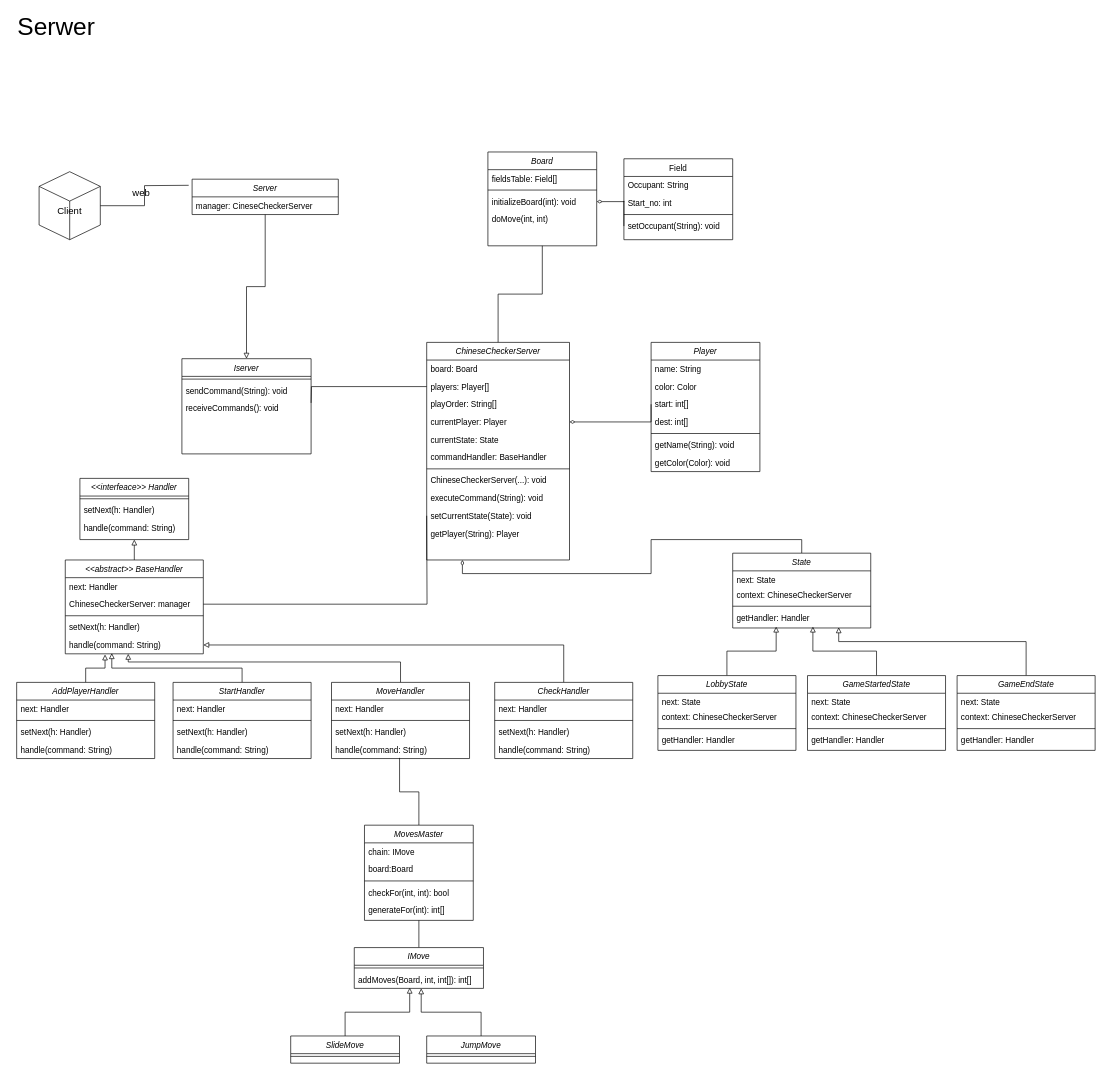
Above: page "Kopia Page-1" (2 of 2) of diagramy/SerwerClassDiagram.drawio in Muciej/Chinese-checkers (draw.io), before the change. Source tidied: cells renumbered, new cells numbered last; positions are measured from the earlier drawing's top-left corner, leaving out a move shared by most shapes. Both pictures are drawn from the tidied source at 68%, with x=0, y=0 at pixel (12, 16).
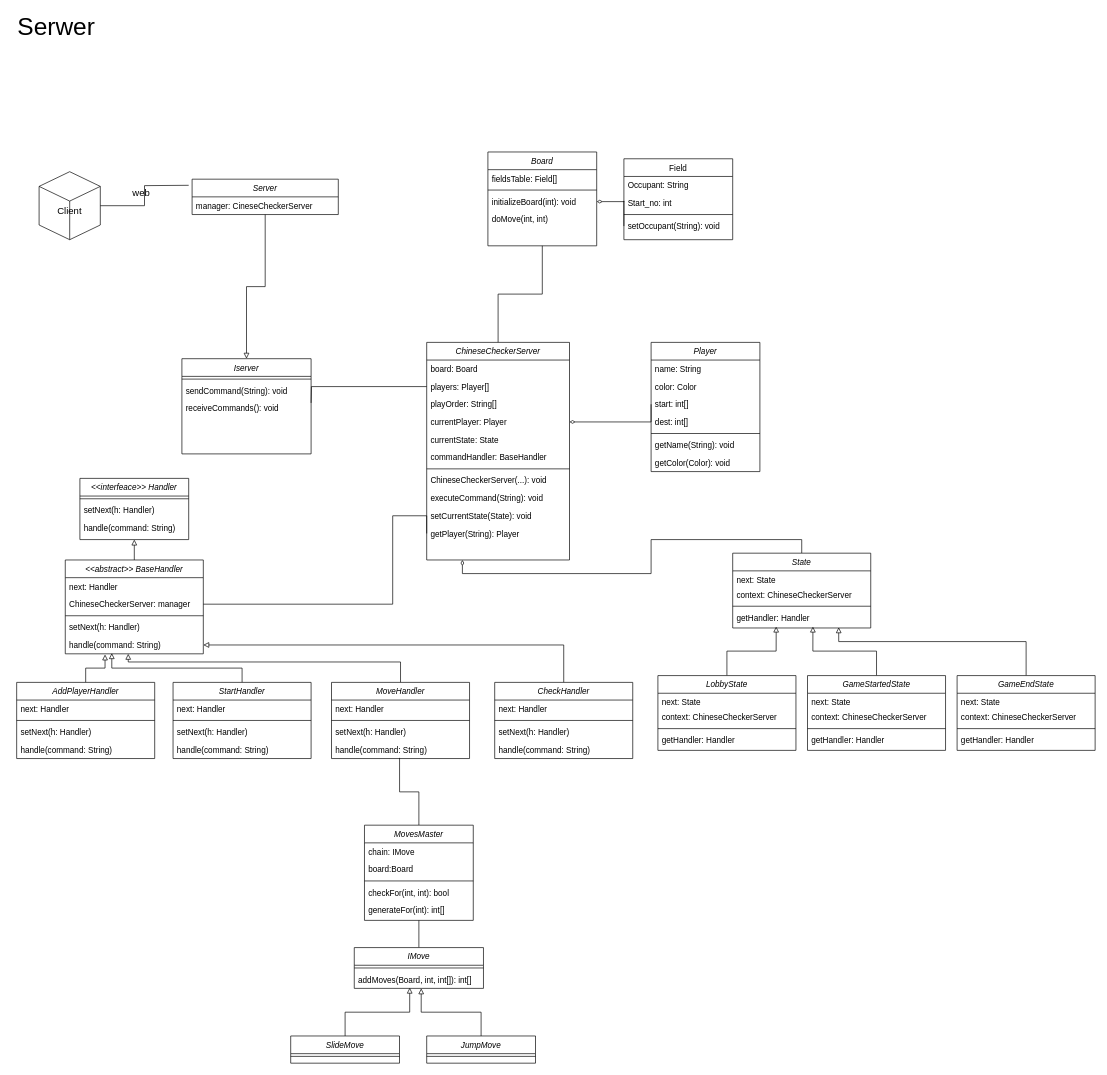
After the change.

Unchanged cells that the change refers to:
```xml
<mxCell id="31" value="getPlayer(String): Player" style="text;align=left;verticalAlign=top;spacingLeft=4;spacingRight=4;overflow=hidden;points=[[0,0.5],[1,0.5]];portConstraint=eastwest;rounded=0;shadow=0;html=0;" parent="20" vertex="1">
  <mxGeometry y="268" width="210" height="26" as="geometry" />
</mxCell>
<mxCell id="76" value="ChineseCheckerServer: manager" style="text;align=left;verticalAlign=top;spacingLeft=4;spacingRight=4;overflow=hidden;points=[[0,0.5],[1,0.5]];portConstraint=eastwest;rounded=0;shadow=0;html=0;" parent="74" vertex="1">
  <mxGeometry y="52" width="203" height="26" as="geometry" />
</mxCell>
```

Change to the diagram source:
```diff
@@
-    <mxCell id="99" style="edgeStyle=orthogonalEdgeStyle;rounded=0;jettySize=auto;html=1;exitX=1;exitY=0.5;exitDx=0;exitDy=0;entryX=0;entryY=0.5;entryDx=0;entryDy=0;endArrow=none;endFill=0;" parent="1" edge="1" source="76">
+    <mxCell id="99" style="edgeStyle=orthogonalEdgeStyle;rounded=0;jettySize=auto;html=1;exitX=1;exitY=0.5;exitDx=0;exitDy=0;entryX=0;entryY=0.5;entryDx=0;entryDy=0;endArrow=none;endFill=0;" parent="1" edge="1" source="76" target="31">
       <mxGeometry relative="1" as="geometry">
-        <mxPoint x="610" y="735" as="targetPoint" />
+        <Array as="points">
+          <mxPoint x="560" y="865" />
+          <mxPoint x="560" y="735" />
+          <mxPoint x="610" y="735" />
+        </Array>
       </mxGeometry>
     </mxCell>
```
